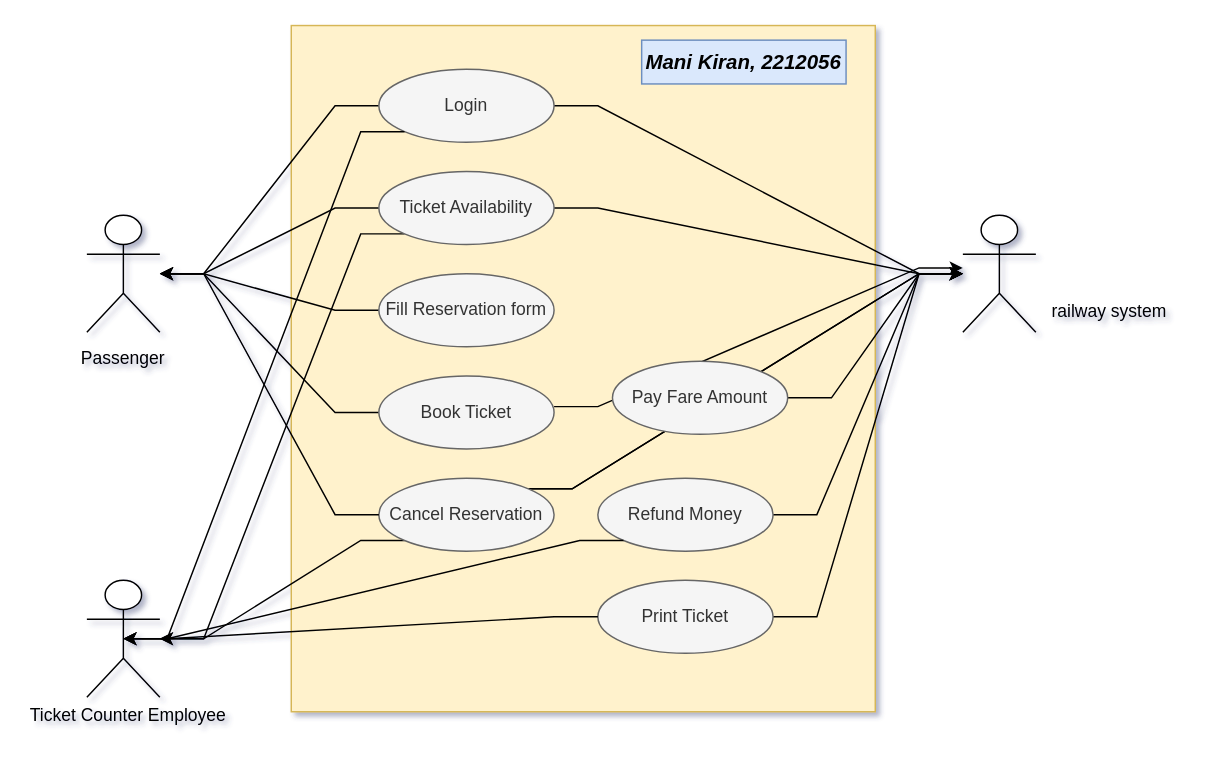
Before: Railway Reservation System.drawio in manikiran949/Use-Case-Diagrams, a draw.io diagram. Source tidied: cells renumbered, new cells numbered last; positions are measured from the earlier drawing's top-left corner, leaving out a move shared by most shapes. Both pictures are drawn from the tidied source at 146%, with x=0, y=0 at pixel (25, 25).
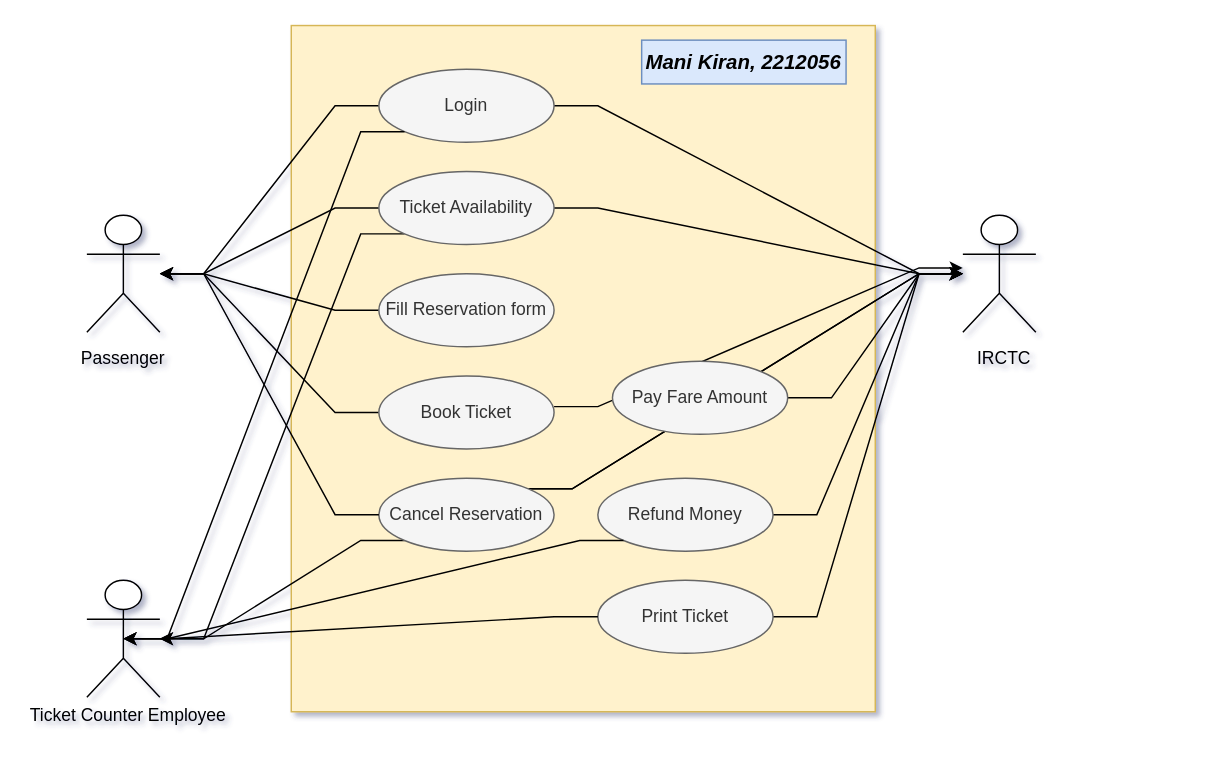
After the change.

Diff of the diagram source:
```diff
@@
-    <mxCell id="31" value="railway system&lt;div&gt;&lt;br&gt;&lt;/div&gt;" style="text;html=1;align=center;verticalAlign=middle;strokeColor=none;fillColor=none;" parent="1" vertex="1">
-      <mxGeometry x="692" y="183" width="100" height="40" as="geometry" />
+    <mxCell id="31" value="&lt;div&gt;IRCTC&lt;/div&gt;" style="text;html=1;align=center;verticalAlign=middle;strokeColor=none;fillColor=none;" parent="1" vertex="1">
+      <mxGeometry x="642" y="215" width="55" height="26" as="geometry" />
     </mxCell>
```
